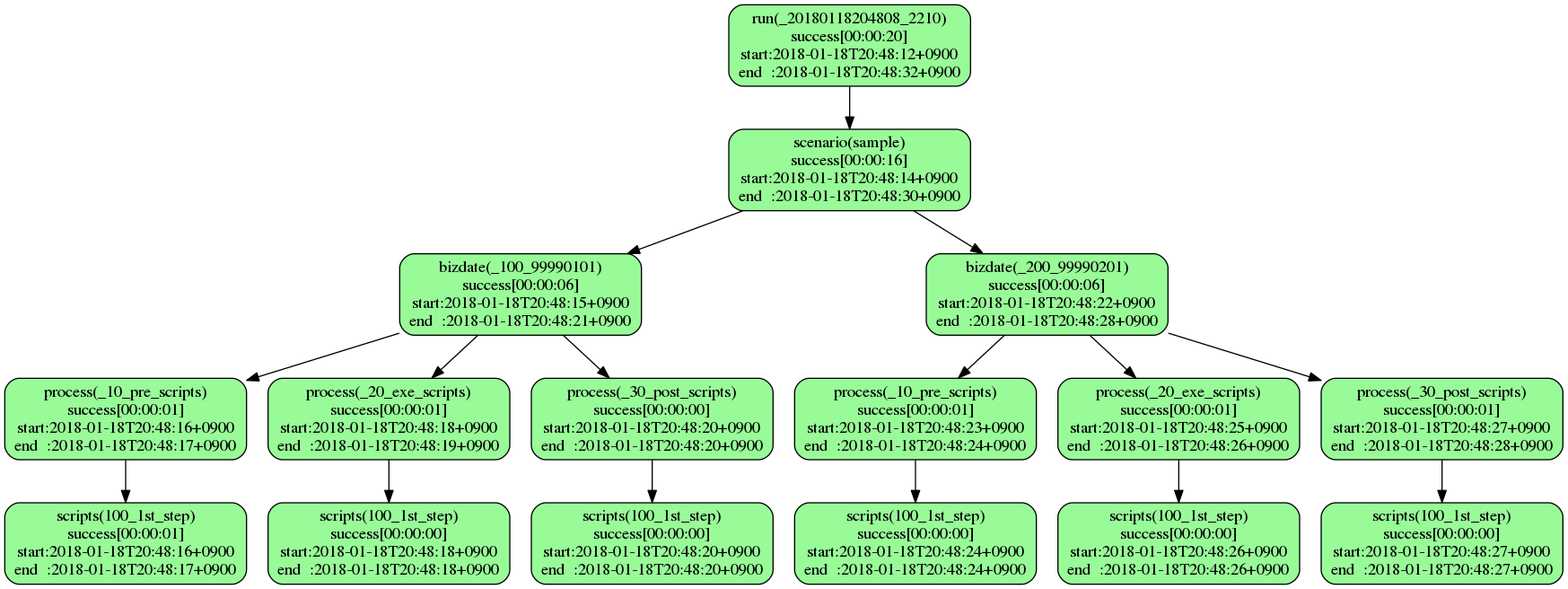
The Graphviz diagram sample.png in tkhr-sait/stfw-result-viewer-rails, before a commit. Its source is kept beside it as sample.dot.
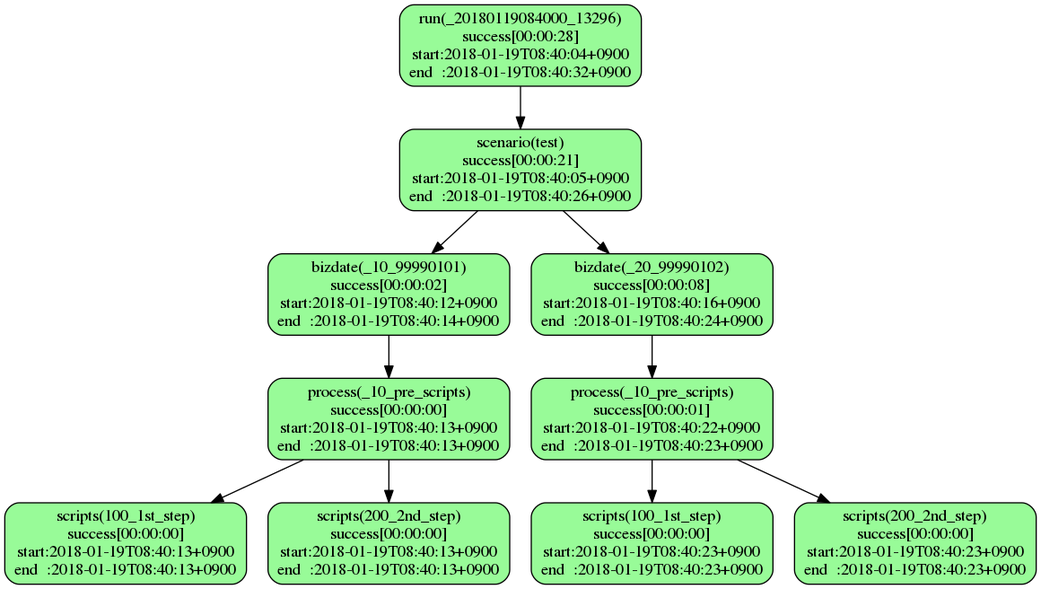
After the change.

What changed in the source:
```diff
@@ -1,33 +1,22 @@
 digraph G {
-  x20180118204808x2210xrun[label="run(_20180118204808_2210)\nsuccess[00:00:20]\nstart:2018-01-18T20:48:12+0900\nend  :2018-01-18T20:48:32+0900",shape="box",style="filled,rounded",fillcolor="palegreen"];
-  x20180118204808x2210xrunxsample[label="scenario(sample)\nsuccess[00:00:16]\nstart:2018-01-18T20:48:14+0900\nend  :2018-01-18T20:48:30+0900",shape="box",style="filled,rounded",fillcolor="palegreen"];
-  x20180118204808x2210xrunxsamplexx100x99990101[label="bizdate(_100_99990101)\nsuccess[00:00:06]\nstart:2018-01-18T20:48:15+0900\nend  :2018-01-18T20:48:21+0900",shape="box",style="filled,rounded",fillcolor="palegreen"];
-  x20180118204808x2210xrunxsamplexx100x99990101xx10xprexscripts[label="process(_10_pre_scripts)\nsuccess[00:00:01]\nstart:2018-01-18T20:48:16+0900\nend  :2018-01-18T20:48:17+0900",shape="box",style="filled,rounded",fillcolor="palegreen"];
-  x20180118204808x2210xrunxsamplexx100x99990101xx10xprexscriptsx100x1stxstep[label="scripts(100_1st_step)\nsuccess[00:00:01]\nstart:2018-01-18T20:48:16+0900\nend  :2018-01-18T20:48:17+0900",shape="box",style="filled,rounded",fillcolor="palegreen"];
-  x20180118204808x2210xrunxsamplexx100x99990101xx20xexexscripts[label="process(_20_exe_scripts)\nsuccess[00:00:01]\nstart:2018-01-18T20:48:18+0900\nend  :2018-01-18T20:48:19+0900",shape="box",style="filled,rounded",fillcolor="palegreen"];
-  x20180118204808x2210xrunxsamplexx100x99990101xx20xexexscriptsx100x1stxstep[label="scripts(100_1st_step)\nsuccess[00:00:00]\nstart:2018-01-18T20:48:18+0900\nend  :2018-01-18T20:48:18+0900",shape="box",style="filled,rounded",fillcolor="palegreen"];
-  x20180118204808x2210xrunxsamplexx100x99990101xx30xpostxscripts[label="process(_30_post_scripts)\nsuccess[00:00:00]\nstart:2018-01-18T20:48:20+0900\nend  :2018-01-18T20:48:20+0900",shape="box",style="filled,rounded",fillcolor="palegreen"];
-  x20180118204808x2210xrunxsamplexx100x99990101xx30xpostxscriptsx100x1stxstep[label="scripts(100_1st_step)\nsuccess[00:00:00]\nstart:2018-01-18T20:48:20+0900\nend  :2018-01-18T20:48:20+0900",shape="box",style="filled,rounded",fillcolor="palegreen"];
-  x20180118204808x2210xrunxsamplexx200x99990201[label="bizdate(_200_99990201)\nsuccess[00:00:06]\nstart:2018-01-18T20:48:22+0900\nend  :2018-01-18T20:48:28+0900",shape="box",style="filled,rounded",fillcolor="palegreen"];
-  x20180118204808x2210xrunxsamplexx200x99990201xx10xprexscripts[label="process(_10_pre_scripts)\nsuccess[00:00:01]\nstart:2018-01-18T20:48:23+0900\nend  :2018-01-18T20:48:24+0900",shape="box",style="filled,rounded",fillcolor="palegreen"];
-  x20180118204808x2210xrunxsamplexx200x99990201xx10xprexscriptsx100x1stxstep[label="scripts(100_1st_step)\nsuccess[00:00:00]\nstart:2018-01-18T20:48:24+0900\nend  :2018-01-18T20:48:24+0900",shape="box",style="filled,rounded",fillcolor="palegreen"];
-  x20180118204808x2210xrunxsamplexx200x99990201xx20xexexscripts[label="process(_20_exe_scripts)\nsuccess[00:00:01]\nstart:2018-01-18T20:48:25+0900\nend  :2018-01-18T20:48:26+0900",shape="box",style="filled,rounded",fillcolor="palegreen"];
-  x20180118204808x2210xrunxsamplexx200x99990201xx20xexexscriptsx100x1stxstep[label="scripts(100_1st_step)\nsuccess[00:00:00]\nstart:2018-01-18T20:48:26+0900\nend  :2018-01-18T20:48:26+0900",shape="box",style="filled,rounded",fillcolor="palegreen"];
-  x20180118204808x2210xrunxsamplexx200x99990201xx30xpostxscripts[label="process(_30_post_scripts)\nsuccess[00:00:01]\nstart:2018-01-18T20:48:27+0900\nend  :2018-01-18T20:48:28+0900",shape="box",style="filled,rounded",fillcolor="palegreen"];
-  x20180118204808x2210xrunxsamplexx200x99990201xx30xpostxscriptsx100x1stxstep[label="scripts(100_1st_step)\nsuccess[00:00:00]\nstart:2018-01-18T20:48:27+0900\nend  :2018-01-18T20:48:27+0900",shape="box",style="filled,rounded",fillcolor="palegreen"];
-  x20180118204808x2210xrun -> x20180118204808x2210xrunxsample;
-  x20180118204808x2210xrunxsample -> x20180118204808x2210xrunxsamplexx100x99990101;
-  x20180118204808x2210xrunxsamplexx100x99990101 -> x20180118204808x2210xrunxsamplexx100x99990101xx10xprexscripts;
-  x20180118204808x2210xrunxsamplexx100x99990101xx10xprexscripts -> x20180118204808x2210xrunxsamplexx100x99990101xx10xprexscriptsx100x1stxstep;
-  x20180118204808x2210xrunxsamplexx100x99990101 -> x20180118204808x2210xrunxsamplexx100x99990101xx20xexexscripts;
-  x20180118204808x2210xrunxsamplexx100x99990101xx20xexexscripts -> x20180118204808x2210xrunxsamplexx100x99990101xx20xexexscriptsx100x1stxstep;
-  x20180118204808x2210xrunxsamplexx100x99990101 -> x20180118204808x2210xrunxsamplexx100x99990101xx30xpostxscripts;
-  x20180118204808x2210xrunxsamplexx100x99990101xx30xpostxscripts -> x20180118204808x2210xrunxsamplexx100x99990101xx30xpostxscriptsx100x1stxstep;
-  x20180118204808x2210xrunxsample -> x20180118204808x2210xrunxsamplexx200x99990201;
-  x20180118204808x2210xrunxsamplexx200x99990201 -> x20180118204808x2210xrunxsamplexx200x99990201xx10xprexscripts;
-  x20180118204808x2210xrunxsamplexx200x99990201xx10xprexscripts -> x20180118204808x2210xrunxsamplexx200x99990201xx10xprexscriptsx100x1stxstep;
-  x20180118204808x2210xrunxsamplexx200x99990201 -> x20180118204808x2210xrunxsamplexx200x99990201xx20xexexscripts;
-  x20180118204808x2210xrunxsamplexx200x99990201xx20xexexscripts -> x20180118204808x2210xrunxsamplexx200x99990201xx20xexexscriptsx100x1stxstep;
-  x20180118204808x2210xrunxsamplexx200x99990201 -> x20180118204808x2210xrunxsamplexx200x99990201xx30xpostxscripts;
-  x20180118204808x2210xrunxsamplexx200x99990201xx30xpostxscripts -> x20180118204808x2210xrunxsamplexx200x99990201xx30xpostxscriptsx100x1stxstep;
+  layout="dot";
+  x20180119084000x13296xrun[label="run(_20180119084000_13296)\nsuccess[00:00:28]\nstart:2018-01-19T08:40:04+0900\nend  :2018-01-19T08:40:32+0900",shape="box",style="filled,rounded",fillcolor="palegreen"];
+  x20180119084000x13296xrunxtest[label="scenario(test)\nsuccess[00:00:21]\nstart:2018-01-19T08:40:05+0900\nend  :2018-01-19T08:40:26+0900",shape="box",style="filled,rounded",fillcolor="palegreen"];
+  x20180119084000x13296xrunxtestxx10x99990101[label="bizdate(_10_99990101)\nsuccess[00:00:02]\nstart:2018-01-19T08:40:12+0900\nend  :2018-01-19T08:40:14+0900",shape="box",style="filled,rounded",fillcolor="palegreen"];
+  x20180119084000x13296xrunxtestxx10x99990101xx10xprexscripts[label="process(_10_pre_scripts)\nsuccess[00:00:00]\nstart:2018-01-19T08:40:13+0900\nend  :2018-01-19T08:40:13+0900",shape="box",style="filled,rounded",fillcolor="palegreen"];
+  x20180119084000x13296xrunxtestxx10x99990101xx10xprexscriptsx100x1stxstep[label="scripts(100_1st_step)\nsuccess[00:00:00]\nstart:2018-01-19T08:40:13+0900\nend  :2018-01-19T08:40:13+0900",shape="box",style="filled,rounded",fillcolor="palegreen"];
+  x20180119084000x13296xrunxtestxx10x99990101xx10xprexscriptsx200x2ndxstep[label="scripts(200_2nd_step)\nsuccess[00:00:00]\nstart:2018-01-19T08:40:13+0900\nend  :2018-01-19T08:40:13+0900",shape="box",style="filled,rounded",fillcolor="palegreen"];
+  x20180119084000x13296xrunxtestxx20x99990102[label="bizdate(_20_99990102)\nsuccess[00:00:08]\nstart:2018-01-19T08:40:16+0900\nend  :2018-01-19T08:40:24+0900",shape="box",style="filled,rounded",fillcolor="palegreen"];
+  x20180119084000x13296xrunxtestxx20x99990102xx10xprexscripts[label="process(_10_pre_scripts)\nsuccess[00:00:01]\nstart:2018-01-19T08:40:22+0900\nend  :2018-01-19T08:40:23+0900",shape="box",style="filled,rounded",fillcolor="palegreen"];
+  x20180119084000x13296xrunxtestxx20x99990102xx10xprexscriptsx100x1stxstep[label="scripts(100_1st_step)\nsuccess[00:00:00]\nstart:2018-01-19T08:40:23+0900\nend  :2018-01-19T08:40:23+0900",shape="box",style="filled,rounded",fillcolor="palegreen"];
+  x20180119084000x13296xrunxtestxx20x99990102xx10xprexscriptsx200x2ndxstep[label="scripts(200_2nd_step)\nsuccess[00:00:00]\nstart:2018-01-19T08:40:23+0900\nend  :2018-01-19T08:40:23+0900",shape="box",style="filled,rounded",fillcolor="palegreen"];
+  x20180119084000x13296xrun -> x20180119084000x13296xrunxtest;
+  x20180119084000x13296xrunxtest -> x20180119084000x13296xrunxtestxx10x99990101;
+  x20180119084000x13296xrunxtestxx10x99990101 -> x20180119084000x13296xrunxtestxx10x99990101xx10xprexscripts;
+  x20180119084000x13296xrunxtestxx10x99990101xx10xprexscripts -> x20180119084000x13296xrunxtestxx10x99990101xx10xprexscriptsx100x1stxstep;
+  x20180119084000x13296xrunxtestxx10x99990101xx10xprexscripts -> x20180119084000x13296xrunxtestxx10x99990101xx10xprexscriptsx200x2ndxstep;
+  x20180119084000x13296xrunxtest -> x20180119084000x13296xrunxtestxx20x99990102;
+  x20180119084000x13296xrunxtestxx20x99990102 -> x20180119084000x13296xrunxtestxx20x99990102xx10xprexscripts;
+  x20180119084000x13296xrunxtestxx20x99990102xx10xprexscripts -> x20180119084000x13296xrunxtestxx20x99990102xx10xprexscriptsx100x1stxstep;
+  x20180119084000x13296xrunxtestxx20x99990102xx10xprexscripts -> x20180119084000x13296xrunxtestxx20x99990102xx10xprexscriptsx200x2ndxstep;
 }
```
